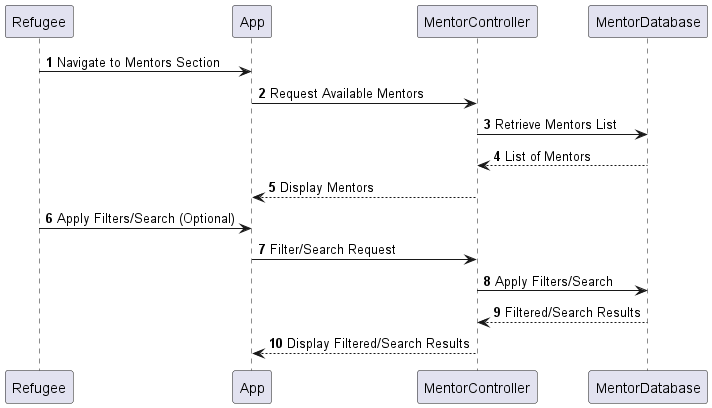
This is Doc/use-Cases/uc021/sequenceDiagram/sequenceDiagram021.png from kanzodotjava/RefugeeLINK, a PlantUML export, as it was before one commit. Source of this version:
```plantuml
@startuml
autonumber

Refugee -> App: Navigate to Mentors Section
App -> MentorController: Request Available Mentors
MentorController -> MentorDatabase: Retrieve Mentors List
MentorDatabase --> MentorController: List of Mentors
MentorController --> App: Display Mentors

Refugee -> App: Apply Filters/Search (Optional)
App -> MentorController: Filter/Search Request
MentorController -> MentorDatabase: Apply Filters/Search
MentorDatabase --> MentorController: Filtered/Search Results
MentorController --> App: Display Filtered/Search Results

@enduml
```
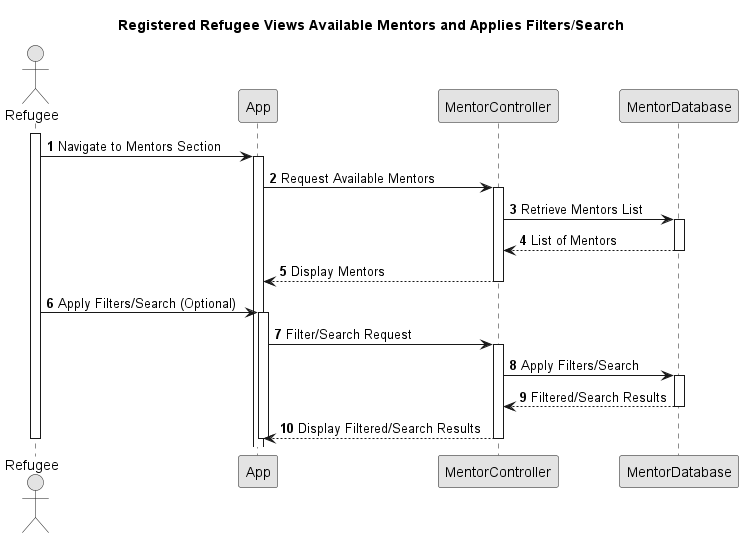
After the change.

Diff of the diagram source:
```diff
@@ -1,16 +1,48 @@
 @startuml
+skinparam monochrome true
+skinparam packageStyle rectangle
+skinparam shadowing false
+
+title Registered Refugee Views Available Mentors and Applies Filters/Search
+
 autonumber
 
-Refugee -> App: Navigate to Mentors Section
-App -> MentorController: Request Available Mentors
-MentorController -> MentorDatabase: Retrieve Mentors List
-MentorDatabase --> MentorController: List of Mentors
-MentorController --> App: Display Mentors
+actor Refugee
+participant "App" as App
+participant "MentorController" as MentorCtrl
+participant "MentorDatabase" as MentorDB
 
-Refugee -> App: Apply Filters/Search (Optional)
-App -> MentorController: Filter/Search Request
-MentorController -> MentorDatabase: Apply Filters/Search
-MentorDatabase --> MentorController: Filtered/Search Results
-MentorController --> App: Display Filtered/Search Results
+activate Refugee
+
+Refugee -> App : Navigate to Mentors Section
+activate App
+
+App -> MentorCtrl : Request Available Mentors
+activate MentorCtrl
+
+MentorCtrl -> MentorDB : Retrieve Mentors List
+activate MentorDB
+MentorDB --> MentorCtrl : List of Mentors
+deactivate MentorDB
+
+MentorCtrl --> App : Display Mentors
+deactivate MentorCtrl
+
+Refugee -> App : Apply Filters/Search (Optional)
+activate App
+
+App -> MentorCtrl : Filter/Search Request
+activate MentorCtrl
+
+MentorCtrl -> MentorDB : Apply Filters/Search
+activate MentorDB
+MentorDB --> MentorCtrl : Filtered/Search Results
+deactivate MentorDB
+
+MentorCtrl --> App : Display Filtered/Search Results
+deactivate MentorCtrl
+deactivate App
+
+deactivate Refugee
 
 @enduml
```
